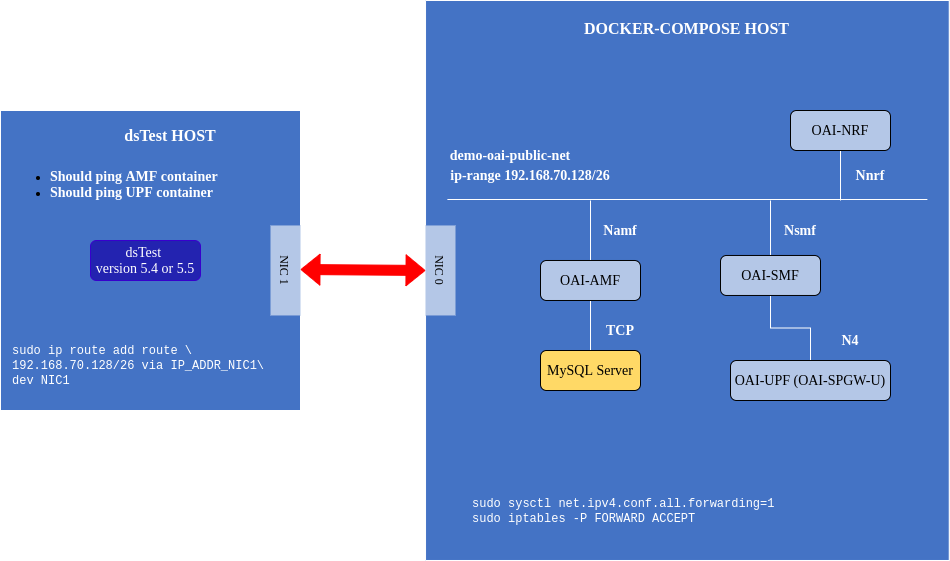
Before: docs/images/5gCN.png, a diagram exported from draw.io (zurdofio/oai). Source tidied: cells renumbered, new cells last; positions are measured from the earlier drawing's top-left corner, leaving out a move shared by most shapes. The source it was exported from:
```xml
<mxGraphModel>
  <root>
    <mxCell id="0" />
    <mxCell id="1" parent="0" />
    <mxCell id="2" style="rounded=0;whiteSpace=wrap;html=1;rotation=90;fillColor=#4473c5;strokeColor=#FFFFFF;" parent="1" vertex="1">
      <mxGeometry x="406.9" y="0.1" width="560" height="523.7" as="geometry" />
    </mxCell>
    <mxCell id="3" style="whiteSpace=wrap;html=1;fillColor=#4473c5;strokeColor=#FFFFFF;" parent="1" vertex="1">
      <mxGeometry y="92" width="300" height="300" as="geometry" />
    </mxCell>
    <mxCell id="4" style="shape=flexArrow;endArrow=classic;startArrow=classic;html=1;entryX=0.5;entryY=1;entryDx=0;entryDy=0;fillColor=#FF0000;strokeColor=#FF0000;" parent="1" edge="1" target="6">
      <mxGeometry relative="1" as="geometry">
        <mxPoint x="300" y="251" as="sourcePoint" />
      </mxGeometry>
    </mxCell>
    <mxCell id="5" value="&lt;font face=&quot;Comic Sans MS&quot;&gt;NIC 1&lt;/font&gt;" style="rounded=0;whiteSpace=wrap;html=1;rotation=90;align=center;fillColor=#b4c7e7;strokeColor=none;" parent="1" vertex="1">
      <mxGeometry x="240" y="237" width="90" height="30" as="geometry" />
    </mxCell>
    <mxCell id="6" value="&lt;font face=&quot;Comic Sans MS&quot;&gt;NIC 0&lt;/font&gt;" style="rounded=0;whiteSpace=wrap;html=1;rotation=90;fillColor=#b4c7e7;strokeColor=none;" parent="1" vertex="1">
      <mxGeometry x="395" y="237" width="90" height="30" as="geometry" />
    </mxCell>
    <mxCell id="7" style="edgeStyle=orthogonalEdgeStyle;rounded=0;jumpSize=10;jettySize=auto;html=1;startArrow=none;startFill=0;endArrow=none;endFill=0;strokeColor=#FFFFFF;fillColor=#FFFFFF;" parent="1" edge="1" source="9">
      <mxGeometry relative="1" as="geometry">
        <mxPoint x="590" y="182" as="targetPoint" />
      </mxGeometry>
    </mxCell>
    <mxCell id="8" style="edgeStyle=orthogonalEdgeStyle;rounded=0;jumpSize=10;jettySize=auto;html=1;startArrow=none;startFill=0;endArrow=none;endFill=0;strokeColor=#FFFFFF;fillColor=#FFFFFF;" parent="1" edge="1" source="9" target="24">
      <mxGeometry relative="1" as="geometry" />
    </mxCell>
    <mxCell id="9" value="&lt;font face=&quot;Comic Sans MS&quot; style=&quot;font-size: 14px&quot;&gt;OAI-AMF&lt;/font&gt;" style="rounded=1;whiteSpace=wrap;html=1;fillColor=#B4C7E7;" parent="1" vertex="1">
      <mxGeometry x="540" y="242" width="100" height="40" as="geometry" />
    </mxCell>
    <mxCell id="10" style="edgeStyle=orthogonalEdgeStyle;rounded=0;jumpSize=10;jettySize=auto;html=1;startArrow=none;startFill=0;endArrow=none;endFill=0;strokeColor=#FFFFFF;fillColor=#FFFFFF;" parent="1" edge="1" source="12">
      <mxGeometry relative="1" as="geometry">
        <mxPoint x="770" y="182" as="targetPoint" />
      </mxGeometry>
    </mxCell>
    <mxCell id="11" style="edgeStyle=orthogonalEdgeStyle;rounded=0;jumpSize=10;jettySize=auto;html=1;startArrow=none;startFill=0;endArrow=none;endFill=0;strokeColor=#FFFFFF;fillColor=#FFFFFF;" parent="1" edge="1" source="12" target="15">
      <mxGeometry relative="1" as="geometry" />
    </mxCell>
    <mxCell id="12" value="&lt;font face=&quot;Comic Sans MS&quot; style=&quot;font-size: 14px&quot;&gt;OAI-SMF&lt;/font&gt;" style="rounded=1;whiteSpace=wrap;html=1;fillColor=#B4C7E7;" parent="1" vertex="1">
      <mxGeometry x="720" y="237" width="100" height="40" as="geometry" />
    </mxCell>
    <mxCell id="13" style="edgeStyle=orthogonalEdgeStyle;rounded=0;jumpSize=10;jettySize=auto;html=1;startArrow=none;startFill=0;endArrow=none;endFill=0;strokeColor=#FFFFFF;fillColor=#FFFFFF;" parent="1" edge="1" source="14">
      <mxGeometry relative="1" as="geometry">
        <mxPoint x="840" y="182" as="targetPoint" />
      </mxGeometry>
    </mxCell>
    <mxCell id="14" value="&lt;font face=&quot;Comic Sans MS&quot; style=&quot;font-size: 14px&quot;&gt;OAI-NRF&lt;/font&gt;" style="rounded=1;whiteSpace=wrap;html=1;fillColor=#B4C7E7;" parent="1" vertex="1">
      <mxGeometry x="790" y="92" width="100" height="40" as="geometry" />
    </mxCell>
    <mxCell id="15" value="&lt;font face=&quot;Comic Sans MS&quot; style=&quot;font-size: 14px&quot;&gt;OAI-UPF (OAI-SPGW-U)&lt;/font&gt;" style="rounded=1;whiteSpace=wrap;html=1;fillColor=#B4C7E7;" parent="1" vertex="1">
      <mxGeometry x="730" y="342" width="160" height="40" as="geometry" />
    </mxCell>
    <mxCell id="16" value="&lt;span style=&quot;font-style: normal ; letter-spacing: normal ; text-align: center ; text-indent: 0px ; text-transform: none ; word-spacing: 0px ; background-color: rgb(68 , 115 , 197)&quot;&gt;&lt;font color=&quot;#ffffff&quot; style=&quot;font-size: 16px&quot; face=&quot;Comic Sans MS&quot;&gt;DOCKER-COMPOSE HOST&lt;/font&gt;&lt;/span&gt;" style="text;html=1;strokeColor=none;fillColor=none;align=center;verticalAlign=middle;whiteSpace=wrap;rounded=0;fontStyle=1;" parent="1" vertex="1">
      <mxGeometry x="575.3" y="0.1" width="223.1" height="20" as="geometry" />
    </mxCell>
    <mxCell id="17" value="&lt;span style=&quot;font-style: normal ; letter-spacing: normal ; text-align: center ; text-indent: 0px ; text-transform: none ; word-spacing: 0px ; background-color: rgb(68 , 115 , 197)&quot;&gt;&lt;font color=&quot;#ffffff&quot; style=&quot;font-size: 16px&quot; face=&quot;Comic Sans MS&quot;&gt;dsTest HOST&lt;/font&gt;&lt;/span&gt;" style="text;html=1;strokeColor=none;fillColor=none;align=center;verticalAlign=middle;whiteSpace=wrap;rounded=0;fontStyle=1;" parent="1" vertex="1">
      <mxGeometry x="70" y="107" width="200" height="20" as="geometry" />
    </mxCell>
    <mxCell id="18" value="&lt;span style=&quot;font-style: normal ; letter-spacing: normal ; text-align: center ; text-indent: 0px ; text-transform: none ; word-spacing: 0px ; background-color: rgb(68 , 115 , 197)&quot;&gt;&lt;font color=&quot;#ffffff&quot; style=&quot;font-size: 14px&quot; face=&quot;Comic Sans MS&quot;&gt;demo-oai-public-net&lt;/font&gt;&lt;/span&gt;" style="text;html=1;strokeColor=none;fillColor=none;align=center;verticalAlign=middle;whiteSpace=wrap;rounded=0;fontStyle=1;" parent="1" vertex="1">
      <mxGeometry x="410" y="127" width="200" height="20" as="geometry" />
    </mxCell>
    <mxCell id="19" value="&lt;font color=&quot;#ffffff&quot; face=&quot;Comic Sans MS&quot;&gt;&lt;span style=&quot;font-size: 14px ; background-color: rgb(68 , 115 , 197)&quot;&gt;ip-range 192.168.70.128/26&lt;/span&gt;&lt;/font&gt;" style="text;html=1;strokeColor=none;fillColor=none;align=center;verticalAlign=middle;whiteSpace=wrap;rounded=0;fontStyle=1;" parent="1" vertex="1">
      <mxGeometry x="430" y="147" width="200" height="20" as="geometry" />
    </mxCell>
    <mxCell id="20" value="&lt;font color=&quot;#ffffff&quot; face=&quot;Courier New&quot;&gt;sudo sysctl net.ipv4.conf.all.forwarding=1&lt;br&gt;sudo iptables -P FORWARD ACCEPT&lt;/font&gt;" style="text;html=1;strokeColor=none;fillColor=none;align=left;verticalAlign=middle;whiteSpace=wrap;rounded=0;" parent="1" vertex="1">
      <mxGeometry x="470" y="482" width="320" height="20" as="geometry" />
    </mxCell>
    <mxCell id="21" value="&lt;font color=&quot;#ffffff&quot; face=&quot;Courier New&quot;&gt;sudo ip route add route \&lt;br&gt;192.168.70.128/26 via IP_ADDR_NIC1\&lt;br&gt;dev NIC1&lt;/font&gt;" style="text;html=1;strokeColor=none;fillColor=none;align=left;verticalAlign=middle;whiteSpace=wrap;rounded=0;" parent="1" vertex="1">
      <mxGeometry x="10" y="332" width="320" height="30" as="geometry" />
    </mxCell>
    <mxCell id="22" value="&lt;ul&gt;&lt;li&gt;&lt;font color=&quot;#ffffff&quot; face=&quot;Comic Sans MS&quot;&gt;&lt;span style=&quot;font-size: 14px ; background-color: rgb(68 , 115 , 197)&quot;&gt;Should ping AMF container&lt;br&gt;&lt;/span&gt;&lt;/font&gt;&lt;/li&gt;&lt;li&gt;&lt;font color=&quot;#ffffff&quot; face=&quot;Comic Sans MS&quot;&gt;&lt;span style=&quot;font-size: 14px ; background-color: rgb(68 , 115 , 197)&quot;&gt;Should ping UPF container&lt;/span&gt;&lt;/font&gt;&lt;/li&gt;&lt;/ul&gt;" style="text;html=1;strokeColor=none;fillColor=none;align=left;verticalAlign=middle;whiteSpace=wrap;rounded=0;fontStyle=1;" parent="1" vertex="1">
      <mxGeometry x="8" y="151" width="242" height="30" as="geometry" />
    </mxCell>
    <mxCell id="23" value="&lt;font face=&quot;Comic Sans MS&quot; style=&quot;font-size: 14px&quot;&gt;dsTest &lt;br&gt;version 5.4 or 5.5&lt;/font&gt;" style="rounded=1;whiteSpace=wrap;html=1;strokeColor=#3700CC;fontColor=#ffffff;fillColor=#2323B0;" parent="1" vertex="1">
      <mxGeometry x="90" y="222" width="110" height="40" as="geometry" />
    </mxCell>
    <mxCell id="24" value="&lt;font style=&quot;font-size: 14px&quot; face=&quot;Comic Sans MS&quot;&gt;MySQL Server&lt;/font&gt;" style="rounded=1;whiteSpace=wrap;html=1;fillColor=#FFD966;" parent="1" vertex="1">
      <mxGeometry x="540" y="332" width="100" height="40" as="geometry" />
    </mxCell>
    <mxCell id="25" style="endArrow=none;html=1;fillColor=#B266FF;strokeColor=#FFFFFF;startArrow=none;startFill=0;jumpSize=10;" parent="1" edge="1">
      <mxGeometry relative="1" as="geometry">
        <mxPoint x="446.9" y="181" as="sourcePoint" />
        <mxPoint x="926.9" y="181" as="targetPoint" />
      </mxGeometry>
    </mxCell>
    <mxCell id="26" value="&lt;span style=&quot;font-style: normal ; letter-spacing: normal ; text-align: center ; text-indent: 0px ; text-transform: none ; word-spacing: 0px ; background-color: rgb(68 , 115 , 197)&quot;&gt;&lt;font color=&quot;#ffffff&quot; style=&quot;font-size: 14px&quot; face=&quot;Comic Sans MS&quot;&gt;Namf&lt;/font&gt;&lt;/span&gt;" style="text;html=1;strokeColor=none;fillColor=none;align=center;verticalAlign=middle;whiteSpace=wrap;rounded=0;fontStyle=1;" parent="1" vertex="1">
      <mxGeometry x="590" y="202" width="60" height="20" as="geometry" />
    </mxCell>
    <mxCell id="27" value="&lt;span style=&quot;font-style: normal ; letter-spacing: normal ; text-align: center ; text-indent: 0px ; text-transform: none ; word-spacing: 0px ; background-color: rgb(68 , 115 , 197)&quot;&gt;&lt;font color=&quot;#ffffff&quot; style=&quot;font-size: 14px&quot; face=&quot;Comic Sans MS&quot;&gt;Nsmf&lt;/font&gt;&lt;/span&gt;" style="text;html=1;strokeColor=none;fillColor=none;align=center;verticalAlign=middle;whiteSpace=wrap;rounded=0;fontStyle=1;" parent="1" vertex="1">
      <mxGeometry x="770" y="202" width="60" height="20" as="geometry" />
    </mxCell>
    <mxCell id="28" value="&lt;span style=&quot;font-style: normal ; letter-spacing: normal ; text-align: center ; text-indent: 0px ; text-transform: none ; word-spacing: 0px ; background-color: rgb(68 , 115 , 197)&quot;&gt;&lt;font color=&quot;#ffffff&quot; style=&quot;font-size: 14px&quot; face=&quot;Comic Sans MS&quot;&gt;Nnrf&lt;/font&gt;&lt;/span&gt;" style="text;html=1;strokeColor=none;fillColor=none;align=center;verticalAlign=middle;whiteSpace=wrap;rounded=0;fontStyle=1;" parent="1" vertex="1">
      <mxGeometry x="840" y="147" width="60" height="20" as="geometry" />
    </mxCell>
    <mxCell id="29" value="&lt;span style=&quot;font-style: normal ; letter-spacing: normal ; text-align: center ; text-indent: 0px ; text-transform: none ; word-spacing: 0px ; background-color: rgb(68 , 115 , 197)&quot;&gt;&lt;font color=&quot;#ffffff&quot; style=&quot;font-size: 14px&quot; face=&quot;Comic Sans MS&quot;&gt;N4&lt;/font&gt;&lt;/span&gt;" style="text;html=1;strokeColor=none;fillColor=none;align=center;verticalAlign=middle;whiteSpace=wrap;rounded=0;fontStyle=1;" parent="1" vertex="1">
      <mxGeometry x="820" y="312" width="60" height="20" as="geometry" />
    </mxCell>
    <mxCell id="30" value="&lt;span style=&quot;font-style: normal ; letter-spacing: normal ; text-align: center ; text-indent: 0px ; text-transform: none ; word-spacing: 0px ; background-color: rgb(68 , 115 , 197)&quot;&gt;&lt;font color=&quot;#ffffff&quot; style=&quot;font-size: 14px&quot; face=&quot;Comic Sans MS&quot;&gt;TCP&lt;/font&gt;&lt;/span&gt;" style="text;html=1;strokeColor=none;fillColor=none;align=center;verticalAlign=middle;whiteSpace=wrap;rounded=0;fontStyle=1;" parent="1" vertex="1">
      <mxGeometry x="590" y="302" width="60" height="20" as="geometry" />
    </mxCell>
  </root>
</mxGraphModel>
```
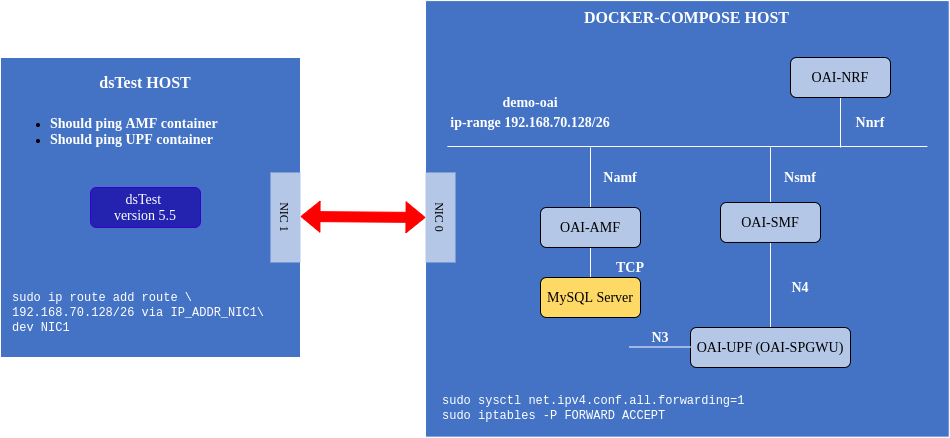
After the commit.

What changed in the source:
```diff
@@ -3,7 +3,7 @@
     <mxCell id="0" />
     <mxCell id="1" parent="0" />
     <mxCell id="2" style="rounded=0;whiteSpace=wrap;html=1;rotation=90;fillColor=#4473c5;strokeColor=#FFFFFF;" parent="1" vertex="1">
-      <mxGeometry x="406.9" y="0.1" width="560" height="523.7" as="geometry" />
+      <mxGeometry x="468.6" y="-8.5" width="436.6" height="523.7" as="geometry" />
     </mxCell>
     <mxCell id="3" style="whiteSpace=wrap;html=1;fillColor=#4473c5;strokeColor=#FFFFFF;" parent="1" vertex="1">
       <mxGeometry y="92" width="300" height="300" as="geometry" />
@@ -49,23 +49,23 @@
     <mxCell id="14" value="&lt;font face=&quot;Comic Sans MS&quot; style=&quot;font-size: 14px&quot;&gt;OAI-NRF&lt;/font&gt;" style="rounded=1;whiteSpace=wrap;html=1;fillColor=#B4C7E7;" parent="1" vertex="1">
       <mxGeometry x="790" y="92" width="100" height="40" as="geometry" />
     </mxCell>
-    <mxCell id="15" value="&lt;font face=&quot;Comic Sans MS&quot; style=&quot;font-size: 14px&quot;&gt;OAI-UPF (OAI-SPGW-U)&lt;/font&gt;" style="rounded=1;whiteSpace=wrap;html=1;fillColor=#B4C7E7;" parent="1" vertex="1">
-      <mxGeometry x="730" y="342" width="160" height="40" as="geometry" />
+    <mxCell id="15" value="&lt;font face=&quot;Comic Sans MS&quot; style=&quot;font-size: 14px&quot;&gt;OAI-UPF (OAI-SPGWU)&lt;/font&gt;" style="rounded=1;whiteSpace=wrap;html=1;fillColor=#B4C7E7;" parent="1" vertex="1">
+      <mxGeometry x="690" y="362" width="160" height="40" as="geometry" />
     </mxCell>
     <mxCell id="16" value="&lt;span style=&quot;font-style: normal ; letter-spacing: normal ; text-align: center ; text-indent: 0px ; text-transform: none ; word-spacing: 0px ; background-color: rgb(68 , 115 , 197)&quot;&gt;&lt;font color=&quot;#ffffff&quot; style=&quot;font-size: 16px&quot; face=&quot;Comic Sans MS&quot;&gt;DOCKER-COMPOSE HOST&lt;/font&gt;&lt;/span&gt;" style="text;html=1;strokeColor=none;fillColor=none;align=center;verticalAlign=middle;whiteSpace=wrap;rounded=0;fontStyle=1;" parent="1" vertex="1">
-      <mxGeometry x="575.3" y="0.1" width="223.1" height="20" as="geometry" />
+      <mxGeometry x="575.3" y="42" width="223.1" height="20" as="geometry" />
     </mxCell>
     <mxCell id="17" value="&lt;span style=&quot;font-style: normal ; letter-spacing: normal ; text-align: center ; text-indent: 0px ; text-transform: none ; word-spacing: 0px ; background-color: rgb(68 , 115 , 197)&quot;&gt;&lt;font color=&quot;#ffffff&quot; style=&quot;font-size: 16px&quot; face=&quot;Comic Sans MS&quot;&gt;dsTest HOST&lt;/font&gt;&lt;/span&gt;" style="text;html=1;strokeColor=none;fillColor=none;align=center;verticalAlign=middle;whiteSpace=wrap;rounded=0;fontStyle=1;" parent="1" vertex="1">
-      <mxGeometry x="70" y="107" width="200" height="20" as="geometry" />
+      <mxGeometry x="45" y="107" width="200" height="20" as="geometry" />
     </mxCell>
-    <mxCell id="18" value="&lt;span style=&quot;font-style: normal ; letter-spacing: normal ; text-align: center ; text-indent: 0px ; text-transform: none ; word-spacing: 0px ; background-color: rgb(68 , 115 , 197)&quot;&gt;&lt;font color=&quot;#ffffff&quot; style=&quot;font-size: 14px&quot; face=&quot;Comic Sans MS&quot;&gt;demo-oai-public-net&lt;/font&gt;&lt;/span&gt;" style="text;html=1;strokeColor=none;fillColor=none;align=center;verticalAlign=middle;whiteSpace=wrap;rounded=0;fontStyle=1;" parent="1" vertex="1">
-      <mxGeometry x="410" y="127" width="200" height="20" as="geometry" />
+    <mxCell id="18" value="&lt;span style=&quot;font-style: normal ; letter-spacing: normal ; text-align: center ; text-indent: 0px ; text-transform: none ; word-spacing: 0px ; background-color: rgb(68 , 115 , 197)&quot;&gt;&lt;font color=&quot;#ffffff&quot; style=&quot;font-size: 14px&quot; face=&quot;Comic Sans MS&quot;&gt;demo-oai&lt;/font&gt;&lt;/span&gt;" style="text;html=1;strokeColor=none;fillColor=none;align=center;verticalAlign=middle;whiteSpace=wrap;rounded=0;fontStyle=1;" parent="1" vertex="1">
+      <mxGeometry x="430" y="127" width="200" height="20" as="geometry" />
     </mxCell>
     <mxCell id="19" value="&lt;font color=&quot;#ffffff&quot; face=&quot;Comic Sans MS&quot;&gt;&lt;span style=&quot;font-size: 14px ; background-color: rgb(68 , 115 , 197)&quot;&gt;ip-range 192.168.70.128/26&lt;/span&gt;&lt;/font&gt;" style="text;html=1;strokeColor=none;fillColor=none;align=center;verticalAlign=middle;whiteSpace=wrap;rounded=0;fontStyle=1;" parent="1" vertex="1">
       <mxGeometry x="430" y="147" width="200" height="20" as="geometry" />
     </mxCell>
     <mxCell id="20" value="&lt;font color=&quot;#ffffff&quot; face=&quot;Courier New&quot;&gt;sudo sysctl net.ipv4.conf.all.forwarding=1&lt;br&gt;sudo iptables -P FORWARD ACCEPT&lt;/font&gt;" style="text;html=1;strokeColor=none;fillColor=none;align=left;verticalAlign=middle;whiteSpace=wrap;rounded=0;" parent="1" vertex="1">
-      <mxGeometry x="470" y="482" width="320" height="20" as="geometry" />
+      <mxGeometry x="440" y="432" width="320" height="20" as="geometry" />
     </mxCell>
     <mxCell id="21" value="&lt;font color=&quot;#ffffff&quot; face=&quot;Courier New&quot;&gt;sudo ip route add route \&lt;br&gt;192.168.70.128/26 via IP_ADDR_NIC1\&lt;br&gt;dev NIC1&lt;/font&gt;" style="text;html=1;strokeColor=none;fillColor=none;align=left;verticalAlign=middle;whiteSpace=wrap;rounded=0;" parent="1" vertex="1">
       <mxGeometry x="10" y="332" width="320" height="30" as="geometry" />
@@ -73,11 +73,11 @@
     <mxCell id="22" value="&lt;ul&gt;&lt;li&gt;&lt;font color=&quot;#ffffff&quot; face=&quot;Comic Sans MS&quot;&gt;&lt;span style=&quot;font-size: 14px ; background-color: rgb(68 , 115 , 197)&quot;&gt;Should ping AMF container&lt;br&gt;&lt;/span&gt;&lt;/font&gt;&lt;/li&gt;&lt;li&gt;&lt;font color=&quot;#ffffff&quot; face=&quot;Comic Sans MS&quot;&gt;&lt;span style=&quot;font-size: 14px ; background-color: rgb(68 , 115 , 197)&quot;&gt;Should ping UPF container&lt;/span&gt;&lt;/font&gt;&lt;/li&gt;&lt;/ul&gt;" style="text;html=1;strokeColor=none;fillColor=none;align=left;verticalAlign=middle;whiteSpace=wrap;rounded=0;fontStyle=1;" parent="1" vertex="1">
       <mxGeometry x="8" y="151" width="242" height="30" as="geometry" />
     </mxCell>
-    <mxCell id="23" value="&lt;font face=&quot;Comic Sans MS&quot; style=&quot;font-size: 14px&quot;&gt;dsTest &lt;br&gt;version 5.4 or 5.5&lt;/font&gt;" style="rounded=1;whiteSpace=wrap;html=1;strokeColor=#3700CC;fontColor=#ffffff;fillColor=#2323B0;" parent="1" vertex="1">
+    <mxCell id="23" value="&lt;font face=&quot;Comic Sans MS&quot; style=&quot;font-size: 14px&quot;&gt;dsTest &lt;br&gt;version 5.5&lt;/font&gt;" style="rounded=1;whiteSpace=wrap;html=1;strokeColor=#3700CC;fontColor=#ffffff;fillColor=#2323B0;" parent="1" vertex="1">
       <mxGeometry x="90" y="222" width="110" height="40" as="geometry" />
     </mxCell>
     <mxCell id="24" value="&lt;font style=&quot;font-size: 14px&quot; face=&quot;Comic Sans MS&quot;&gt;MySQL Server&lt;/font&gt;" style="rounded=1;whiteSpace=wrap;html=1;fillColor=#FFD966;" parent="1" vertex="1">
-      <mxGeometry x="540" y="332" width="100" height="40" as="geometry" />
+      <mxGeometry x="540" y="312" width="100" height="40" as="geometry" />
     </mxCell>
     <mxCell id="25" style="endArrow=none;html=1;fillColor=#B266FF;strokeColor=#FFFFFF;startArrow=none;startFill=0;jumpSize=10;" parent="1" edge="1">
       <mxGeometry relative="1" as="geometry">
@@ -95,10 +95,19 @@
       <mxGeometry x="840" y="147" width="60" height="20" as="geometry" />
     </mxCell>
     <mxCell id="29" value="&lt;span style=&quot;font-style: normal ; letter-spacing: normal ; text-align: center ; text-indent: 0px ; text-transform: none ; word-spacing: 0px ; background-color: rgb(68 , 115 , 197)&quot;&gt;&lt;font color=&quot;#ffffff&quot; style=&quot;font-size: 14px&quot; face=&quot;Comic Sans MS&quot;&gt;N4&lt;/font&gt;&lt;/span&gt;" style="text;html=1;strokeColor=none;fillColor=none;align=center;verticalAlign=middle;whiteSpace=wrap;rounded=0;fontStyle=1;" parent="1" vertex="1">
-      <mxGeometry x="820" y="312" width="60" height="20" as="geometry" />
+      <mxGeometry x="770" y="312" width="60" height="20" as="geometry" />
     </mxCell>
     <mxCell id="30" value="&lt;span style=&quot;font-style: normal ; letter-spacing: normal ; text-align: center ; text-indent: 0px ; text-transform: none ; word-spacing: 0px ; background-color: rgb(68 , 115 , 197)&quot;&gt;&lt;font color=&quot;#ffffff&quot; style=&quot;font-size: 14px&quot; face=&quot;Comic Sans MS&quot;&gt;TCP&lt;/font&gt;&lt;/span&gt;" style="text;html=1;strokeColor=none;fillColor=none;align=center;verticalAlign=middle;whiteSpace=wrap;rounded=0;fontStyle=1;" parent="1" vertex="1">
-      <mxGeometry x="590" y="302" width="60" height="20" as="geometry" />
+      <mxGeometry x="600" y="292" width="60" height="20" as="geometry" />
     </mxCell>
+    <mxCell id="31" style="endArrow=none;html=1;strokeColor=#FFFFFF;fillColor=#FFFFFF;" parent="1" edge="1">
+      <mxGeometry relative="1" as="geometry">
+        <mxPoint x="628.6" y="381.5" as="sourcePoint" />
+        <mxPoint x="690" y="381.5" as="targetPoint" />
+      </mxGeometry>
+    </mxCell>
+    <mxCell id="32" value="&lt;span style=&quot;font-style: normal ; letter-spacing: normal ; text-align: center ; text-indent: 0px ; text-transform: none ; word-spacing: 0px ; background-color: rgb(68 , 115 , 197)&quot;&gt;&lt;font color=&quot;#ffffff&quot; style=&quot;font-size: 14px&quot; face=&quot;Comic Sans MS&quot;&gt;N3&lt;/font&gt;&lt;/span&gt;" style="text;html=1;strokeColor=none;fillColor=none;align=center;verticalAlign=middle;whiteSpace=wrap;rounded=0;fontStyle=1;" parent="1" vertex="1">
+      <mxGeometry x="630" y="362" width="60" height="20" as="geometry" />
+    </mxCell>
   </root>
 </mxGraphModel>
```
